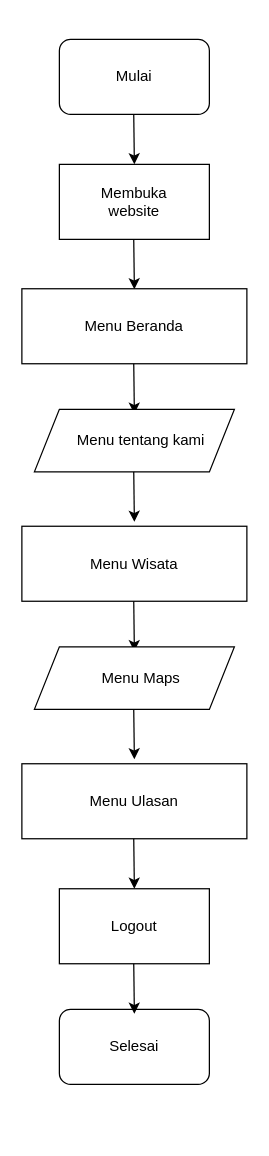
The draw.io diagram page "Page-66" (3 of 62) of Untitled Diagram.drawio in Jeremia0910/SJSI, before the edit. Source tidied: cells renumbered, new cells numbered last; positions are measured from the earlier drawing's top-left corner, leaving out a move shared by most shapes. Both pictures are drawn from the tidied source at 125%, with x=0, y=0 at pixel (21, 39).
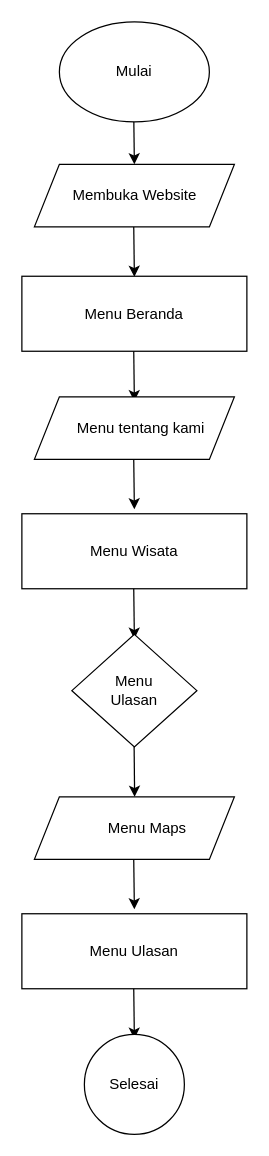
The same diagram, later.

What changed in the source:
```diff
@@
-    <mxCell id="2" value="Mulai" style="rounded=1;whiteSpace=wrap;html=1;gradientColor=default;fillColor=none;glass=0;shadow=0;" parent="1" vertex="1">
-      <mxGeometry x="30" width="120" height="60" as="geometry" />
-    </mxCell>
@@
-    <mxCell id="4" value="&lt;div&gt;Membuka &lt;br&gt;&lt;/div&gt;&lt;div&gt;website&lt;br&gt;&lt;/div&gt;" style="rounded=0;whiteSpace=wrap;html=1;" parent="1" vertex="1">
-      <mxGeometry x="30" y="100" width="120" height="60" as="geometry" />
-    </mxCell>
     <mxCell id="5" style="endArrow=classic;html=1;rounded=0;" parent="1" edge="1">
       <mxGeometry relative="1" as="geometry">
-        <mxPoint x="89.5" y="160" as="sourcePoint" />
-        <mxPoint x="90" y="200" as="targetPoint" />
+        <mxPoint x="89.5" y="150" as="sourcePoint" />
+        <mxPoint x="90" y="190" as="targetPoint" />
       </mxGeometry>
     </mxCell>
     <mxCell id="6" value="Menu Beranda" style="rounded=0;whiteSpace=wrap;html=1;" parent="1" vertex="1">
-      <mxGeometry y="199.5" width="180" height="60" as="geometry" />
+      <mxGeometry y="189.5" width="180" height="60" as="geometry" />
     </mxCell>
     <mxCell id="7" style="endArrow=classic;html=1;rounded=0;" parent="1" edge="1">
       <mxGeometry relative="1" as="geometry">
-        <mxPoint x="89.5" y="259.5" as="sourcePoint" />
-        <mxPoint x="90" y="299.5" as="targetPoint" />
+        <mxPoint x="89.5" y="249.5" as="sourcePoint" />
+        <mxPoint x="90" y="289.5" as="targetPoint" />
       </mxGeometry>
     </mxCell>
     <mxCell id="8" style="shape=parallelogram;perimeter=parallelogramPerimeter;whiteSpace=wrap;html=1;fixedSize=1;" parent="1" vertex="1">
-      <mxGeometry x="10" y="296" width="160" height="50" as="geometry" />
+      <mxGeometry x="10" y="286" width="160" height="50" as="geometry" />
     </mxCell>
     <mxCell id="9" value="Menu tentang kami" style="text;html=1;align=center;verticalAlign=middle;strokeColor=none;fillColor=none;" parent="1" vertex="1">
-      <mxGeometry x="40" y="306" width="110" height="30" as="geometry" />
+      <mxGeometry x="40" y="296" width="110" height="30" as="geometry" />
     </mxCell>
     <mxCell id="10" style="endArrow=classic;html=1;rounded=0;" parent="1" edge="1">
       <mxGeometry relative="1" as="geometry">
-        <mxPoint x="89.5" y="346" as="sourcePoint" />
-        <mxPoint x="90" y="386" as="targetPoint" />
+        <mxPoint x="89.5" y="336" as="sourcePoint" />
+        <mxPoint x="90" y="376" as="targetPoint" />
       </mxGeometry>
     </mxCell>
     <mxCell id="11" value="Menu Wisata" style="rounded=0;whiteSpace=wrap;html=1;" parent="1" vertex="1">
-      <mxGeometry y="389.5" width="180" height="60" as="geometry" />
+      <mxGeometry y="379.5" width="180" height="60" as="geometry" />
     </mxCell>
     <mxCell id="12" style="endArrow=classic;html=1;rounded=0;" parent="1" edge="1">
       <mxGeometry relative="1" as="geometry">
-        <mxPoint x="89.5" y="449.5" as="sourcePoint" />
-        <mxPoint x="90" y="489.5" as="targetPoint" />
+        <mxPoint x="89.5" y="439.5" as="sourcePoint" />
+        <mxPoint x="90" y="479.5" as="targetPoint" />
       </mxGeometry>
     </mxCell>
     <mxCell id="13" style="shape=parallelogram;perimeter=parallelogramPerimeter;whiteSpace=wrap;html=1;fixedSize=1;" parent="1" vertex="1">
-      <mxGeometry x="10" y="486" width="160" height="50" as="geometry" />
+      <mxGeometry x="10" y="606" width="160" height="50" as="geometry" />
     </mxCell>
     <mxCell id="14" value="Menu Maps" style="text;html=1;align=center;verticalAlign=middle;strokeColor=none;fillColor=none;" parent="1" vertex="1">
-      <mxGeometry x="55" y="496" width="80" height="30" as="geometry" />
+      <mxGeometry x="60" y="616" width="80" height="30" as="geometry" />
     </mxCell>
     <mxCell id="15" style="endArrow=classic;html=1;rounded=0;" parent="1" edge="1">
       <mxGeometry relative="1" as="geometry">
-        <mxPoint x="89.5" y="536" as="sourcePoint" />
-        <mxPoint x="90" y="576" as="targetPoint" />
+        <mxPoint x="89.5" y="656" as="sourcePoint" />
+        <mxPoint x="90" y="696" as="targetPoint" />
       </mxGeometry>
     </mxCell>
     <mxCell id="16" value="Menu Ulasan" style="rounded=0;whiteSpace=wrap;html=1;" parent="1" vertex="1">
-      <mxGeometry y="579.5" width="180" height="60" as="geometry" />
+      <mxGeometry y="699.5" width="180" height="60" as="geometry" />
     </mxCell>
     <mxCell id="17" style="endArrow=classic;html=1;rounded=0;" parent="1" edge="1">
       <mxGeometry relative="1" as="geometry">
-        <mxPoint x="89.5" y="639.5" as="sourcePoint" />
-        <mxPoint x="90" y="679.5" as="targetPoint" />
+        <mxPoint x="89.5" y="759.5" as="sourcePoint" />
+        <mxPoint x="90" y="799.5" as="targetPoint" />
       </mxGeometry>
     </mxCell>
-    <mxCell id="18" value="Logout" style="rounded=0;whiteSpace=wrap;html=1;" parent="1" vertex="1">
-      <mxGeometry x="30" y="679.5" width="120" height="60" as="geometry" />
-    </mxCell>
+    <mxCell id="2" value="Mulai" style="ellipse;whiteSpace=wrap;html=1;" parent="1" vertex="1">
+      <mxGeometry x="30" y="-14" width="120" height="80" as="geometry" />
+    </mxCell>
+    <mxCell id="21" style="shape=parallelogram;perimeter=parallelogramPerimeter;whiteSpace=wrap;html=1;fixedSize=1;" parent="1" vertex="1">
+      <mxGeometry x="10" y="100" width="160" height="50" as="geometry" />
+    </mxCell>
+    <mxCell id="22" value="Membuka Website" style="text;html=1;align=center;verticalAlign=middle;strokeColor=none;fillColor=none;" parent="1" vertex="1">
+      <mxGeometry x="25" y="110" width="130" height="30" as="geometry" />
+    </mxCell>
+    <mxCell id="23" value="&lt;div&gt;Menu&lt;/div&gt;&lt;div&gt;Ulasan&lt;/div&gt;" style="rhombus;whiteSpace=wrap;html=1;" parent="1" vertex="1">
+      <mxGeometry x="40" y="476" width="100" height="90" as="geometry" />
+    </mxCell>
+    <mxCell id="24" style="endArrow=classic;html=1;rounded=0;" parent="1" edge="1">
+      <mxGeometry relative="1" as="geometry">
+        <mxPoint x="89.8" y="566" as="sourcePoint" />
+        <mxPoint x="90.2" y="606" as="targetPoint" />
+      </mxGeometry>
+    </mxCell>
-    <mxCell id="19" value="Selesai" style="rounded=1;whiteSpace=wrap;html=1;gradientColor=default;fillColor=none;glass=0;" parent="1" vertex="1">
-      <mxGeometry x="30" y="776" width="120" height="60" as="geometry" />
+    <mxCell id="19" value="Selesai" style="ellipse;whiteSpace=wrap;html=1;" parent="1" vertex="1">
+      <mxGeometry x="50" y="796" width="80" height="80" as="geometry" />
     </mxCell>
-    <mxCell id="20" style="endArrow=classic;html=1;rounded=0;" parent="1" edge="1">
-      <mxGeometry relative="1" as="geometry">
-        <mxPoint x="89.5" y="739.5" as="sourcePoint" />
-        <mxPoint x="90" y="779.5" as="targetPoint" />
-      </mxGeometry>
-    </mxCell>
```
